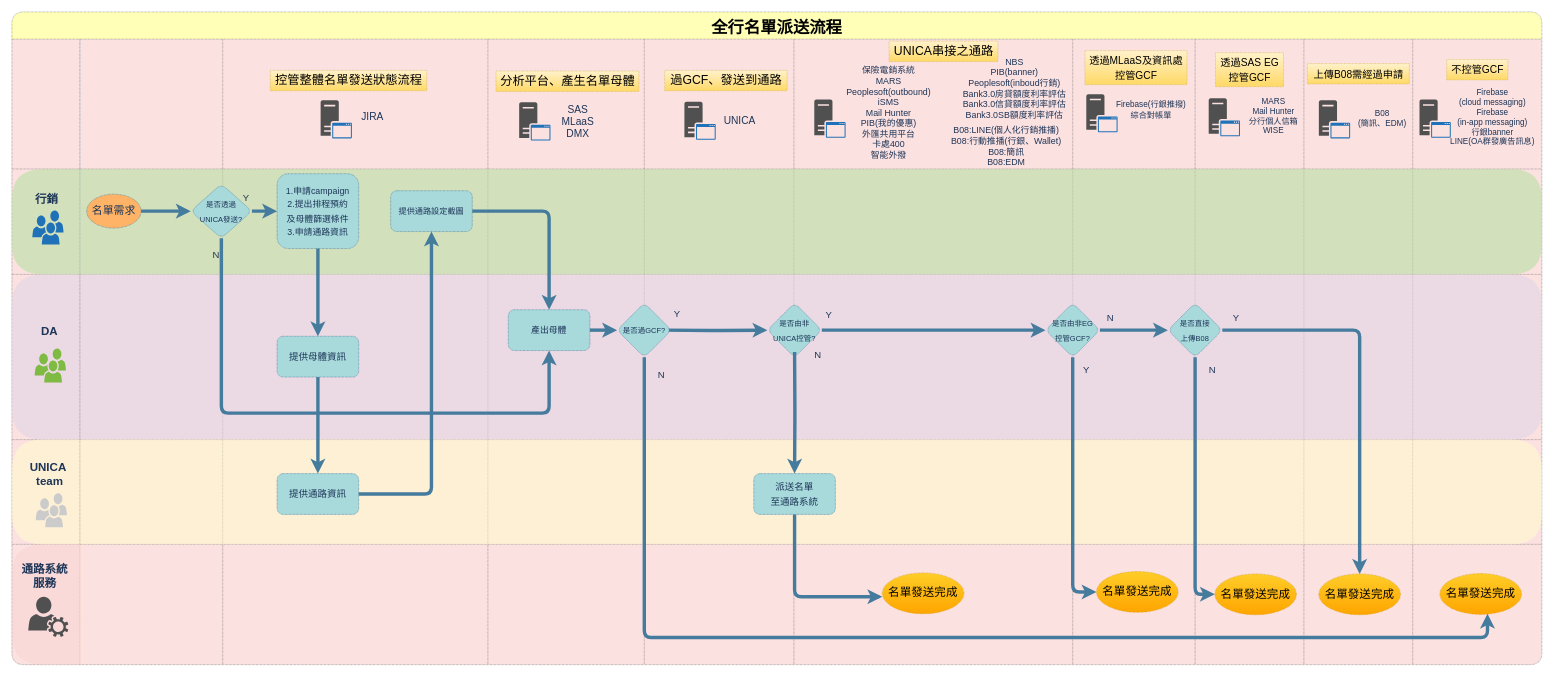
Before: 全行名單流程.drawio in colin03564/drawio, a draw.io diagram. Source tidied: cells renumbered, new cells numbered last; positions are measured from the earlier drawing's top-left corner, leaving out a move shared by most shapes. Both pictures are drawn from the tidied source at 68%, with x=0, y=0 at pixel (12, 12).
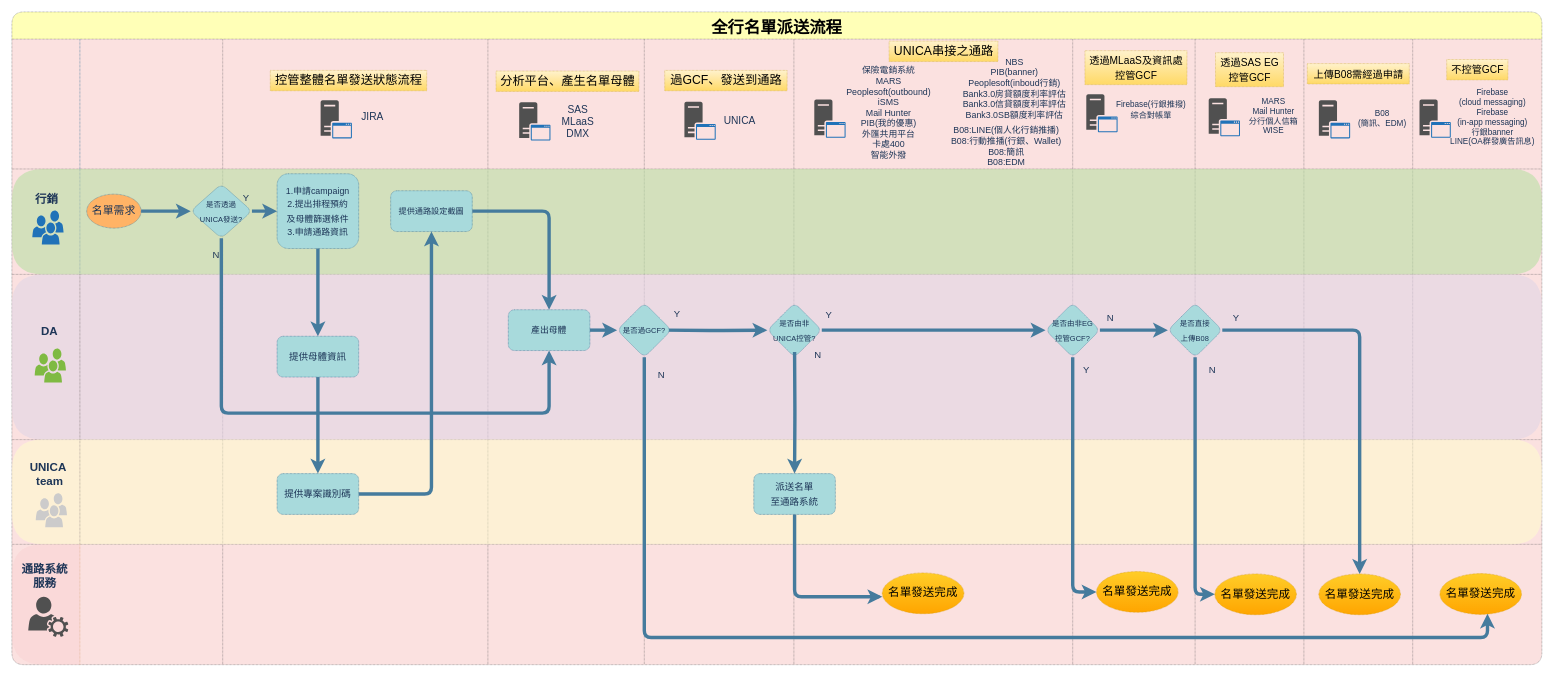
Above is the later version.

Commit message:
更新全行名單流程.drawio

Unchanged cells that the change refers to:
```xml
<mxCell id="87" style="swimlane;swimlaneHead=0;swimlaneBody=0;fontStyle=0;fillColor=none;startSize=0;fontStyle=1;rounded=1;fontColor=#1D3557;strokeColor=#457B9D;dashed=1;dashPattern=1 1;" parent="85" vertex="1">
  <mxGeometry x="310" width="390" height="154" as="geometry" />
</mxCell>
```

The edit, as a diff of the source:
```diff
@@
-    <mxCell id="88" value="&lt;font style=&quot;font-size: 14px;&quot;&gt;提供通路資訊&lt;/font&gt;" style="whiteSpace=wrap;html=1;fontSize=17;fillColor=#A8DADC;strokeColor=#457B9D;fontColor=#1D3557;rounded=1;dashed=1;dashPattern=1 1;" parent="87" vertex="1">
+    <mxCell id="88" value="&lt;font style=&quot;font-size: 14px;&quot;&gt;提供專案識別碼&lt;/font&gt;" style="whiteSpace=wrap;html=1;fontSize=17;fillColor=#A8DADC;strokeColor=#457B9D;fontColor=#1D3557;rounded=1;dashed=1;dashPattern=1 1;" parent="87" vertex="1">
       <mxGeometry x="80" y="50" width="120" height="60" as="geometry" />
     </mxCell>
```
